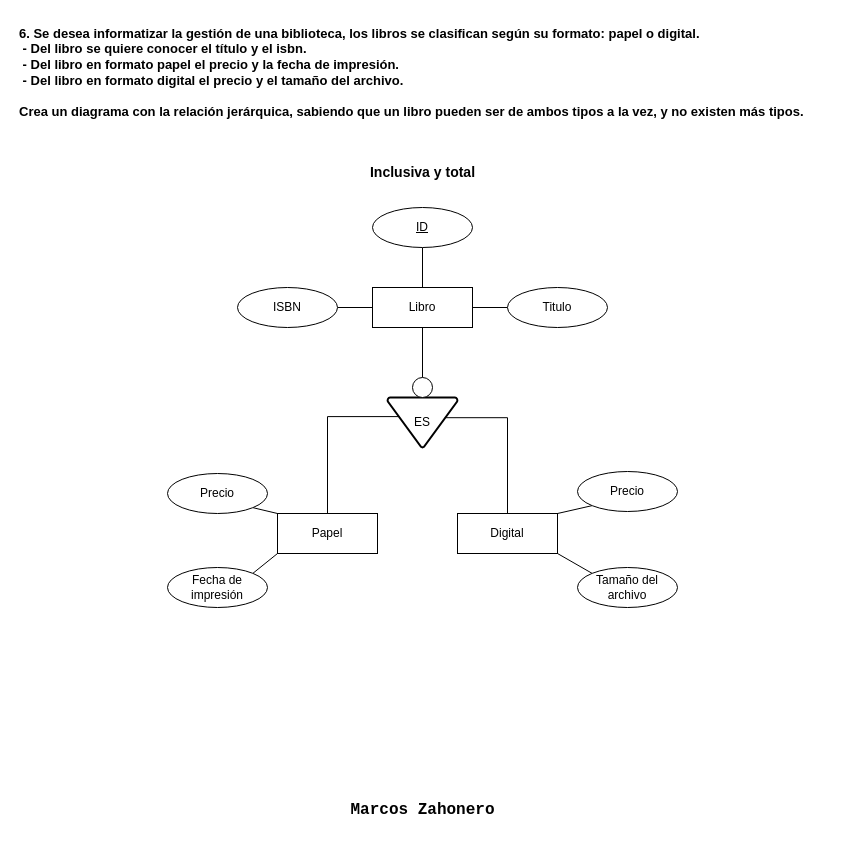
This is page "Ejercicio 6" (5 of 8) of Task5EER_MarcosZahonero.drawio from Maek0s/1DAM_Databases, a draw.io file, before an edit. Source tidied: cells renumbered, new cells numbered last; positions are measured from the earlier drawing's top-left corner, leaving out a move shared by most shapes. Both pictures are drawn from the tidied source at 100%, with x=0, y=0 at pixel (17, 17).
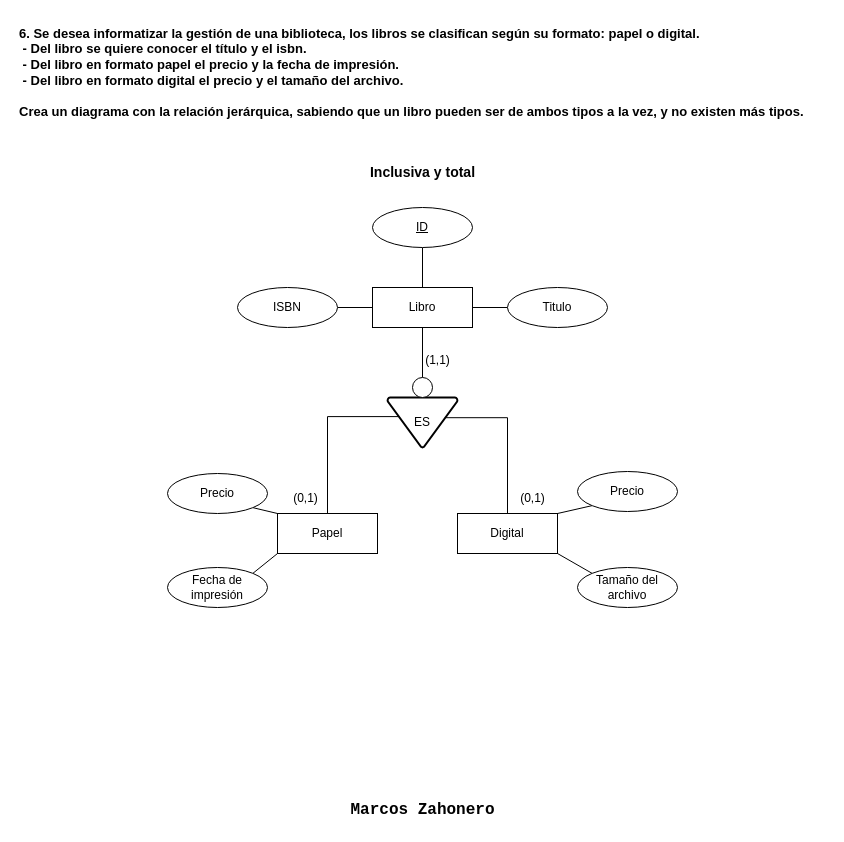
The same diagram, later.

What changed in the source:
```diff
@@
+    <mxCell id="28" value="(1,1)" style="text;html=1;align=center;verticalAlign=middle;strokeColor=none;fillColor=none;" parent="1" vertex="1">
+      <mxGeometry x="395" y="328" width="50" height="30" as="geometry" />
+    </mxCell>
+    <mxCell id="29" value="(0,1)" style="text;html=1;align=center;verticalAlign=middle;strokeColor=none;fillColor=none;" parent="1" vertex="1">
+      <mxGeometry x="263" y="466" width="50" height="30" as="geometry" />
+    </mxCell>
+    <mxCell id="30" value="(0,1)" style="text;html=1;align=center;verticalAlign=middle;strokeColor=none;fillColor=none;" parent="1" vertex="1">
+      <mxGeometry x="490" y="466" width="50" height="30" as="geometry" />
+    </mxCell>
```
